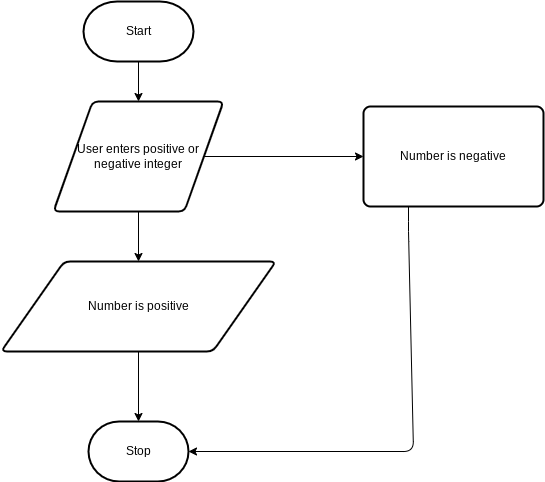
joannesanthosh/ICS20-Unit5-02-HTML keeps this draw.io diagram as design/flowchart.png. Above is the earlier version. Source tidied: cells renumbered, new cells last; positions are measured from the earlier drawing's top-left corner, leaving out a move shared by most shapes.
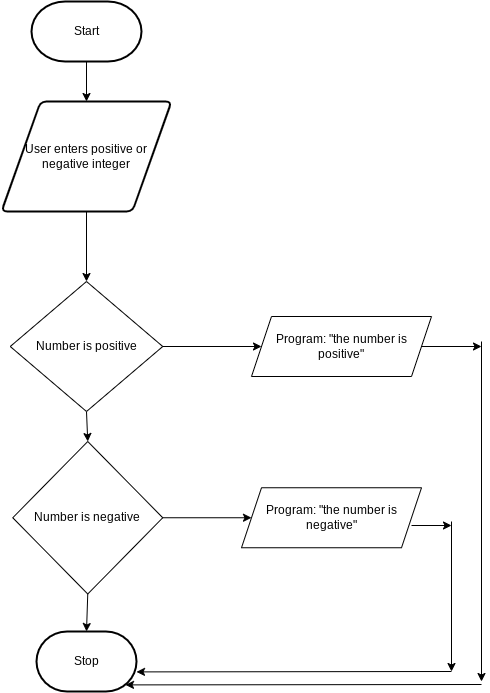
After the change.

What changed in the source:
```diff
@@ -8,34 +8,72 @@
     <mxCell id="3" value="Start" style="strokeWidth=2;html=1;shape=mxgraph.flowchart.terminator;whiteSpace=wrap;" parent="1" vertex="1">
       <mxGeometry x="82" width="110" height="60" as="geometry" />
     </mxCell>
-    <mxCell id="4" style="edgeStyle=none;html=1;" parent="1" edge="1" source="6" target="8">
-      <mxGeometry relative="1" as="geometry" />
-    </mxCell>
-    <mxCell id="5" style="edgeStyle=none;html=1;exitX=0.5;exitY=1;exitDx=0;exitDy=0;entryX=0.5;entryY=0;entryDx=0;entryDy=0;" parent="1" edge="1" source="6" target="10">
-      <mxGeometry relative="1" as="geometry" />
-    </mxCell>
+    <mxCell id="12" style="edgeStyle=none;html=1;exitX=0.5;exitY=1;exitDx=0;exitDy=0;" parent="1" edge="1" source="6" target="7">
+      <mxGeometry relative="1" as="geometry" />
+    </mxCell>
     <mxCell id="6" value="User enters positive or negative integer" style="shape=parallelogram;html=1;strokeWidth=2;perimeter=parallelogramPerimeter;whiteSpace=wrap;rounded=1;arcSize=12;size=0.23;" parent="1" vertex="1">
       <mxGeometry x="52" y="100" width="170" height="110" as="geometry" />
     </mxCell>
+    <mxCell id="11" value="Stop" style="strokeWidth=2;html=1;shape=mxgraph.flowchart.terminator;whiteSpace=wrap;" parent="1" vertex="1">
+      <mxGeometry x="87" y="630" width="100" height="60" as="geometry" />
+    </mxCell>
+    <mxCell id="13" style="edgeStyle=none;html=1;exitX=0.5;exitY=1;exitDx=0;exitDy=0;entryX=0;entryY=0.5;entryDx=0;entryDy=0;" parent="1" edge="1" source="7" target="8">
+      <mxGeometry relative="1" as="geometry" />
+    </mxCell>
+    <mxCell id="14" style="edgeStyle=none;html=1;" parent="1" edge="1" source="7" target="18">
+      <mxGeometry relative="1" as="geometry" />
+    </mxCell>
-    <mxCell id="7" style="edgeStyle=none;html=1;exitX=0.25;exitY=1;exitDx=0;exitDy=0;entryX=1;entryY=0.5;entryDx=0;entryDy=0;entryPerimeter=0;" parent="1" edge="1" source="8" target="11">
-      <mxGeometry relative="1" as="geometry">
-        <Array as="points">
-          <mxPoint x="407" y="230" />
-          <mxPoint x="412" y="450" />
-        </Array>
-      </mxGeometry>
+    <mxCell id="7" value="Number is positive" style="rhombus;whiteSpace=wrap;html=1;" parent="1" vertex="1">
+      <mxGeometry x="60.8" y="280" width="152.5" height="130" as="geometry" />
     </mxCell>
+    <mxCell id="15" style="edgeStyle=none;html=1;exitX=1;exitY=0.5;exitDx=0;exitDy=0;entryX=0.5;entryY=0;entryDx=0;entryDy=0;entryPerimeter=0;" parent="1" edge="1" source="8" target="11">
+      <mxGeometry relative="1" as="geometry" />
+    </mxCell>
+    <mxCell id="16" style="edgeStyle=none;html=1;exitX=0.5;exitY=0;exitDx=0;exitDy=0;entryX=0;entryY=0.5;entryDx=0;entryDy=0;" parent="1" edge="1" source="8" target="19">
+      <mxGeometry relative="1" as="geometry" />
+    </mxCell>
-    <mxCell id="8" value="Number is negative" style="rounded=1;whiteSpace=wrap;html=1;absoluteArcSize=1;arcSize=14;strokeWidth=2;" parent="1" vertex="1">
-      <mxGeometry x="362" y="105" width="180" height="100" as="geometry" />
+    <mxCell id="8" value="Number is negative" style="rhombus;whiteSpace=wrap;html=1;direction=south;" parent="1" vertex="1">
+      <mxGeometry x="63.2" y="440" width="150" height="152.5" as="geometry" />
     </mxCell>
-    <mxCell id="9" style="edgeStyle=none;html=1;" parent="1" edge="1" source="10" target="11">
-      <mxGeometry relative="1" as="geometry" />
-    </mxCell>
-    <mxCell id="10" value="Number is positive" style="shape=parallelogram;html=1;strokeWidth=2;perimeter=parallelogramPerimeter;whiteSpace=wrap;rounded=1;arcSize=12;size=0.23;" parent="1" vertex="1">
-      <mxGeometry x="-0.5" y="260" width="275" height="90" as="geometry" />
-    </mxCell>
-    <mxCell id="11" value="Stop" style="strokeWidth=2;html=1;shape=mxgraph.flowchart.terminator;whiteSpace=wrap;" parent="1" vertex="1">
-      <mxGeometry x="87" y="420" width="100" height="60" as="geometry" />
-    </mxCell>
+    <mxCell id="17" style="edgeStyle=none;html=1;exitX=1;exitY=0.5;exitDx=0;exitDy=0;" parent="1" edge="1" source="18">
+      <mxGeometry relative="1" as="geometry">
+        <mxPoint x="532" y="345" as="targetPoint" />
+      </mxGeometry>
+    </mxCell>
+    <mxCell id="18" value="Program: &quot;the number is positive&quot;" style="shape=parallelogram;perimeter=parallelogramPerimeter;whiteSpace=wrap;html=1;fixedSize=1;" parent="1" vertex="1">
+      <mxGeometry x="302" y="315" width="180" height="60" as="geometry" />
+    </mxCell>
+    <mxCell id="19" value="Program: &quot;the number is negative&quot;" style="shape=parallelogram;perimeter=parallelogramPerimeter;whiteSpace=wrap;html=1;fixedSize=1;" parent="1" vertex="1">
+      <mxGeometry x="292" y="486.2" width="180" height="60" as="geometry" />
+    </mxCell>
+    <mxCell id="20" style="edgeStyle=none;html=1;" parent="1" edge="1">
+      <mxGeometry relative="1" as="geometry">
+        <mxPoint x="532" y="340" as="sourcePoint" />
+        <mxPoint x="532" y="680" as="targetPoint" />
+      </mxGeometry>
+    </mxCell>
+    <mxCell id="21" style="edgeStyle=none;html=1;entryX=0.89;entryY=0.89;entryDx=0;entryDy=0;entryPerimeter=0;" parent="1" edge="1" target="11">
+      <mxGeometry relative="1" as="geometry">
+        <mxPoint x="532" y="683" as="sourcePoint" />
+      </mxGeometry>
+    </mxCell>
+    <mxCell id="22" style="edgeStyle=none;html=1;exitX=1;exitY=0.5;exitDx=0;exitDy=0;" parent="1" edge="1">
+      <mxGeometry relative="1" as="geometry">
+        <mxPoint x="462" y="524" as="sourcePoint" />
+        <mxPoint x="502" y="524" as="targetPoint" />
+      </mxGeometry>
+    </mxCell>
+    <mxCell id="23" style="edgeStyle=none;html=1;" parent="1" edge="1">
+      <mxGeometry relative="1" as="geometry">
+        <mxPoint x="502" y="520" as="sourcePoint" />
+        <mxPoint x="502" y="670" as="targetPoint" />
+      </mxGeometry>
+    </mxCell>
+    <mxCell id="24" style="edgeStyle=none;html=1;entryX=0.89;entryY=0.89;entryDx=0;entryDy=0;entryPerimeter=0;" parent="1" edge="1">
+      <mxGeometry relative="1" as="geometry">
+        <mxPoint x="502" y="670" as="sourcePoint" />
+        <mxPoint x="187" y="670.4" as="targetPoint" />
+      </mxGeometry>
+    </mxCell>
   </root>
 </mxGraphModel>
```
